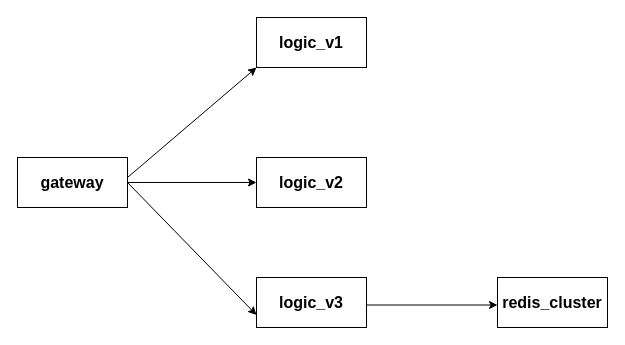
Before: drawio/istio_test.drawio in hwholiday/learning_tools, a draw.io diagram. Source tidied: cells renumbered, new cells numbered last; positions are measured from the earlier drawing's top-left corner, leaving out a move shared by most shapes. Both pictures are drawn from the tidied source at 100%, with x=0, y=0 at pixel (17, 17).
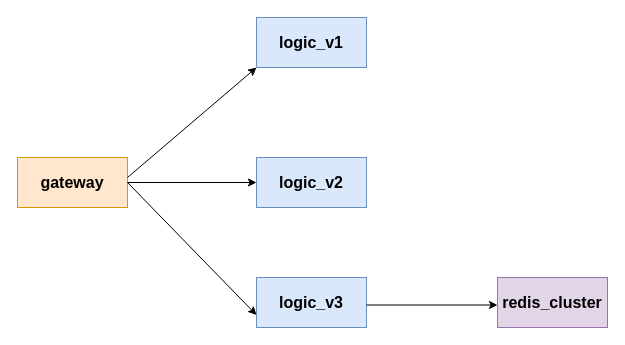
The same diagram, later.

The edit, as a diff of the source:
```diff
@@
 <mxGraphModel>
   <root>
     <mxCell id="0" />
     <mxCell id="1" parent="0" />
-    <mxCell id="2" value="gateway" style="rounded=0;whiteSpace=wrap;html=1;fontStyle=1;fontSize=16;" parent="1" vertex="1">
+    <mxCell id="2" value="gateway" style="rounded=0;whiteSpace=wrap;html=1;fontStyle=1;fontSize=16;fillColor=#ffe6cc;strokeColor=#d79b00;" parent="1" vertex="1">
       <mxGeometry y="140" width="110" height="50" as="geometry" />
     </mxCell>
-    <mxCell id="3" value="logic_v1" style="rounded=0;whiteSpace=wrap;html=1;fontStyle=1;fontSize=16;" parent="1" vertex="1">
+    <mxCell id="3" value="logic_v1" style="rounded=0;whiteSpace=wrap;html=1;fontStyle=1;fontSize=16;fillColor=#dae8fc;strokeColor=#6c8ebf;" parent="1" vertex="1">
       <mxGeometry x="239" width="110" height="50" as="geometry" />
     </mxCell>
-    <mxCell id="4" value="logic_v2" style="rounded=0;whiteSpace=wrap;html=1;fontStyle=1;fontSize=16;" parent="1" vertex="1">
+    <mxCell id="4" value="logic_v2" style="rounded=0;whiteSpace=wrap;html=1;fontStyle=1;fontSize=16;fillColor=#dae8fc;strokeColor=#6c8ebf;" parent="1" vertex="1">
       <mxGeometry x="239" y="140" width="110" height="50" as="geometry" />
     </mxCell>
-    <mxCell id="5" value="logic_v3" style="rounded=0;whiteSpace=wrap;html=1;fontStyle=1;fontSize=16;" parent="1" vertex="1">
+    <mxCell id="5" value="logic_v3" style="rounded=0;whiteSpace=wrap;html=1;fontStyle=1;fontSize=16;fillColor=#dae8fc;strokeColor=#6c8ebf;" parent="1" vertex="1">
       <mxGeometry x="239" y="260" width="110" height="50" as="geometry" />
     </mxCell>
-    <mxCell id="6" value="redis_cluster" style="rounded=0;whiteSpace=wrap;html=1;fontStyle=1;fontSize=16;" parent="1" vertex="1">
+    <mxCell id="6" value="redis_cluster" style="rounded=0;whiteSpace=wrap;html=1;fontStyle=1;fontSize=16;fillColor=#e1d5e7;strokeColor=#9673a6;" parent="1" vertex="1">
       <mxGeometry x="480" y="260" width="110" height="50" as="geometry" />
     </mxCell>
     <mxCell id="7" style="endArrow=classic;html=1;fontSize=16;entryX=0;entryY=1;entryDx=0;entryDy=0;" parent="1" edge="1" target="3">
       <mxGeometry relative="1" as="geometry">
         <mxPoint x="110" y="160" as="sourcePoint" />
       </mxGeometry>
     </mxCell>
     <mxCell id="8" style="endArrow=classic;html=1;fontSize=16;entryX=0;entryY=0.5;entryDx=0;entryDy=0;" parent="1" edge="1" target="4">
       <mxGeometry relative="1" as="geometry">
         <mxPoint x="110" y="165" as="sourcePoint" />
       </mxGeometry>
     </mxCell>
     <mxCell id="9" style="endArrow=classic;html=1;fontSize=16;entryX=0;entryY=0.75;entryDx=0;entryDy=0;exitX=1;exitY=0.5;exitDx=0;exitDy=0;" parent="1" edge="1" source="2" target="5">
       <mxGeometry relative="1" as="geometry" />
     </mxCell>
     <mxCell id="10" style="endArrow=classic;html=1;fontSize=16;entryX=0;entryY=0.55;entryDx=0;entryDy=0;entryPerimeter=0;" parent="1" edge="1" target="6">
       <mxGeometry relative="1" as="geometry">
         <mxPoint x="349" y="287.5" as="sourcePoint" />
       </mxGeometry>
     </mxCell>
   </root>
 </mxGraphModel>
```
